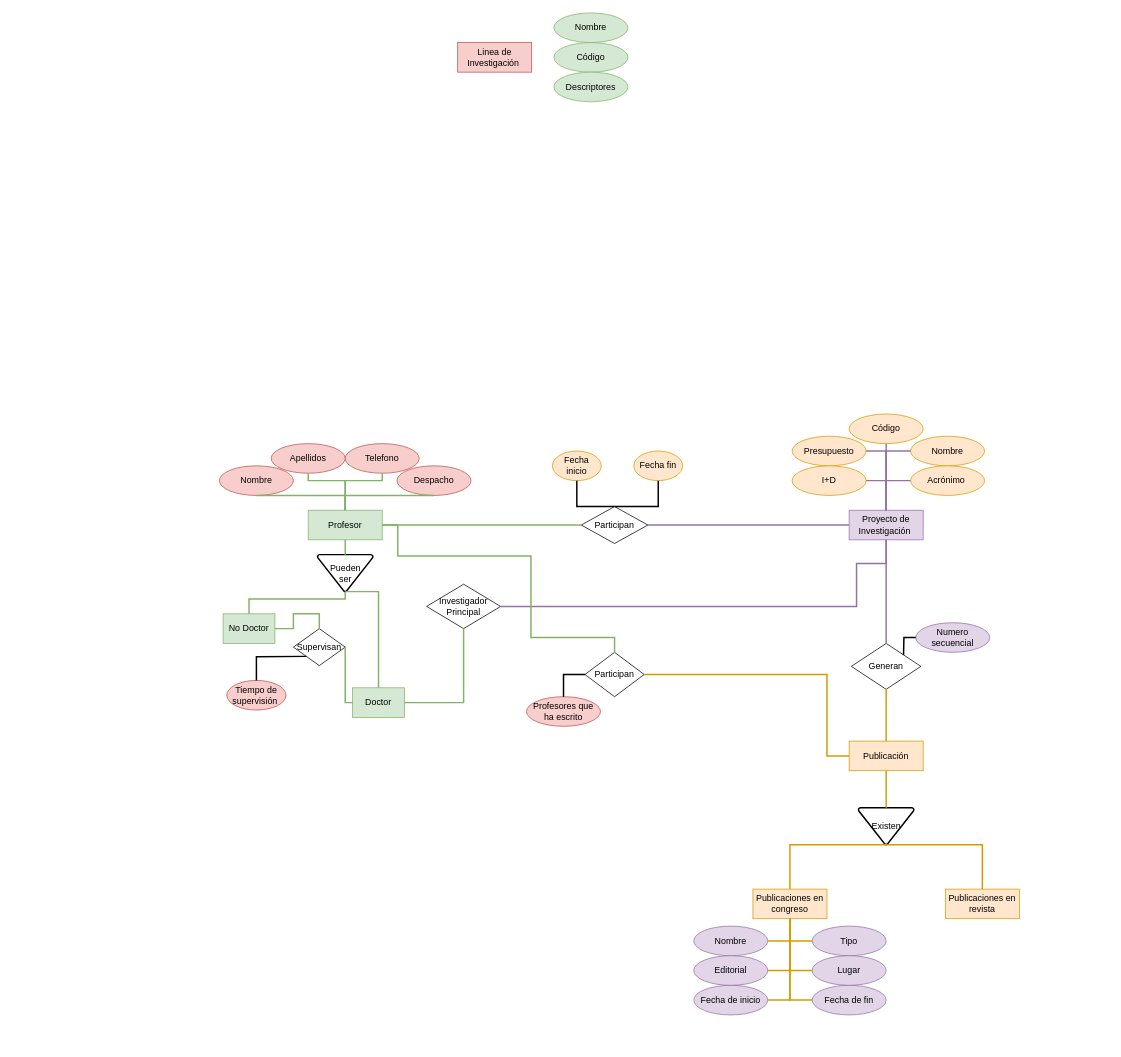
Above: P_Investigacion.drawio in SebassX69/DiagramasDB (draw.io), before the change. Source tidied: cells renumbered, new cells numbered last; positions are measured from the earlier drawing's top-left corner, leaving out a move shared by most shapes. Both pictures are drawn from the tidied source at 74%, with x=0, y=0 at pixel (219, 13).
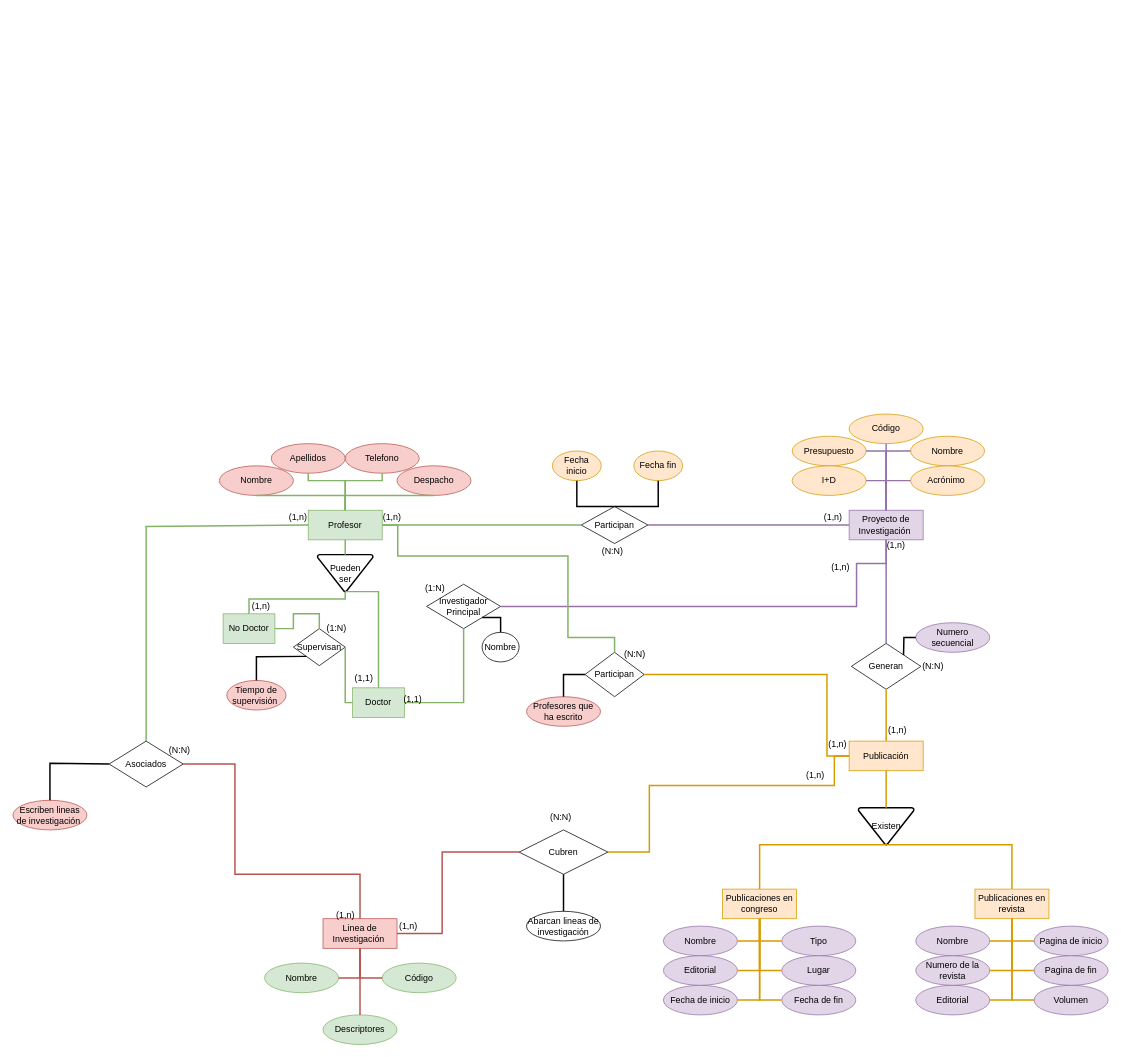
After the change.

Unchanged cells that the change refers to:
```xml
<mxCell id="2" value="Profesor" style="whiteSpace=wrap;html=1;align=center;fillColor=#d5e8d4;strokeColor=#82b366;" parent="1" vertex="1">
  <mxGeometry x="120" y="672" width="100" height="40" as="geometry" />
</mxCell>
<mxCell id="4" value="Publicación" style="whiteSpace=wrap;html=1;align=center;fillColor=#ffe6cc;strokeColor=#d79b00;" parent="1" vertex="1">
  <mxGeometry x="851" y="984" width="100" height="40" as="geometry" />
</mxCell>
<mxCell id="44" value="Investigador Principal" style="shape=rhombus;perimeter=rhombusPerimeter;whiteSpace=wrap;html=1;align=center;" parent="1" vertex="1">
  <mxGeometry x="280" y="772" width="100" height="60" as="geometry" />
</mxCell>
<mxCell id="54" value="Participan" style="shape=rhombus;perimeter=rhombusPerimeter;whiteSpace=wrap;html=1;align=center;" parent="1" vertex="1">
  <mxGeometry x="494" y="864" width="80" height="60" as="geometry" />
</mxCell>
<mxCell id="59" value="Existen" style="strokeWidth=2;html=1;shape=mxgraph.flowchart.merge_or_storage;whiteSpace=wrap;" parent="1" vertex="1">
  <mxGeometry x="863.5" y="1074" width="75" height="50" as="geometry" />
</mxCell>
```

The edit, as a diff of the source:
```diff
@@
     <mxCell id="5" value="Linea de Investigación&amp;nbsp;" style="whiteSpace=wrap;html=1;align=center;fillColor=#f8cecc;strokeColor=#b85450;" parent="1" vertex="1">
-      <mxGeometry x="322" y="40" width="100" height="40" as="geometry" />
+      <mxGeometry x="140" y="1224" width="100" height="40" as="geometry" />
     </mxCell>
@@
     <mxCell id="10" value="Código" style="ellipse;whiteSpace=wrap;html=1;align=center;fillColor=#d5e8d4;strokeColor=#82b366;" parent="1" vertex="1">
-      <mxGeometry x="452" y="40" width="100" height="40" as="geometry" />
+      <mxGeometry x="220" y="1284" width="100" height="40" as="geometry" />
     </mxCell>
     <mxCell id="11" value="Nombre" style="ellipse;whiteSpace=wrap;html=1;align=center;fillColor=#d5e8d4;strokeColor=#82b366;" parent="1" vertex="1">
-      <mxGeometry x="452" width="100" height="40" as="geometry" />
+      <mxGeometry x="61" y="1284" width="100" height="40" as="geometry" />
     </mxCell>
     <mxCell id="12" value="Descriptores" style="ellipse;whiteSpace=wrap;html=1;align=center;fillColor=#d5e8d4;strokeColor=#82b366;" parent="1" vertex="1">
-      <mxGeometry x="452" y="80" width="100" height="40" as="geometry" />
+      <mxGeometry x="140" y="1354" width="100" height="40" as="geometry" />
     </mxCell>
@@
     <mxCell id="19" value="Nombre" style="ellipse;whiteSpace=wrap;html=1;align=center;fillColor=#e1d5e7;strokeColor=#9673a6;" parent="1" vertex="1">
-      <mxGeometry x="641" y="1234" width="100" height="40" as="geometry" />
+      <mxGeometry x="600" y="1234" width="100" height="40" as="geometry" />
     </mxCell>
@@
     <mxCell id="55" style="endArrow=none;html=1;rounded=0;exitX=1;exitY=0.5;exitDx=0;exitDy=0;entryX=0.5;entryY=0;entryDx=0;entryDy=0;fillColor=#d5e8d4;strokeColor=#82b366;strokeWidth=2;" parent="1" edge="1" source="2" target="54">
       <mxGeometry relative="1" as="geometry">
         <Array as="points">
           <mxPoint x="241" y="692" />
           <mxPoint x="241" y="734" />
-          <mxPoint x="421" y="734" />
-          <mxPoint x="421" y="844" />
+          <mxPoint x="471" y="734" />
+          <mxPoint x="471" y="844" />
           <mxPoint x="534" y="844" />
         </Array>
       </mxGeometry>
     </mxCell>
@@
     <mxCell id="61" value="Publicaciones en congreso" style="whiteSpace=wrap;html=1;align=center;fillColor=#ffe6cc;strokeColor=#d79b00;" parent="1" vertex="1">
-      <mxGeometry x="721" y="1184" width="100" height="40" as="geometry" />
+      <mxGeometry x="680" y="1184" width="100" height="40" as="geometry" />
     </mxCell>
     <mxCell id="62" value="Publicaciones en revista" style="whiteSpace=wrap;html=1;align=center;fillColor=#ffe6cc;strokeColor=#d79b00;" parent="1" vertex="1">
-      <mxGeometry x="981" y="1184" width="100" height="40" as="geometry" />
+      <mxGeometry x="1021" y="1184" width="100" height="40" as="geometry" />
     </mxCell>
     <mxCell id="63" style="endArrow=none;html=1;rounded=0;exitX=0.5;exitY=0;exitDx=0;exitDy=0;entryX=0.5;entryY=1;entryDx=0;entryDy=0;fillColor=#ffe6cc;strokeColor=#d79b00;strokeWidth=2;entryPerimeter=0;" parent="1" edge="1" source="61" target="59">
       <mxGeometry relative="1" as="geometry">
         <Array as="points">
-          <mxPoint x="771" y="1124" />
+          <mxPoint x="730" y="1124" />
         </Array>
       </mxGeometry>
     </mxCell>
     <mxCell id="64" style="endArrow=none;html=1;rounded=0;exitX=0.5;exitY=1;exitDx=0;exitDy=0;entryX=0.5;entryY=0;entryDx=0;entryDy=0;fillColor=#ffe6cc;strokeColor=#d79b00;strokeWidth=2;exitPerimeter=0;" parent="1" edge="1" source="59" target="62">
       <mxGeometry relative="1" as="geometry">
         <Array as="points">
           <mxPoint x="1031" y="1124" />
+          <mxPoint x="1071" y="1124" />
         </Array>
       </mxGeometry>
     </mxCell>
     <mxCell id="65" value="Tipo" style="ellipse;whiteSpace=wrap;html=1;align=center;fillColor=#e1d5e7;strokeColor=#9673a6;" parent="1" vertex="1">
-      <mxGeometry x="801" y="1234" width="100" height="40" as="geometry" />
+      <mxGeometry x="760" y="1234" width="100" height="40" as="geometry" />
     </mxCell>
     <mxCell id="66" value="Fecha de inicio" style="ellipse;whiteSpace=wrap;html=1;align=center;fillColor=#e1d5e7;strokeColor=#9673a6;" parent="1" vertex="1">
-      <mxGeometry x="641" y="1314" width="100" height="40" as="geometry" />
+      <mxGeometry x="600" y="1314" width="100" height="40" as="geometry" />
     </mxCell>
     <mxCell id="67" value="Fecha de fin" style="ellipse;whiteSpace=wrap;html=1;align=center;fillColor=#e1d5e7;strokeColor=#9673a6;" parent="1" vertex="1">
-      <mxGeometry x="801" y="1314" width="100" height="40" as="geometry" />
+      <mxGeometry x="760" y="1314" width="100" height="40" as="geometry" />
     </mxCell>
     <mxCell id="68" value="Lugar" style="ellipse;whiteSpace=wrap;html=1;align=center;fillColor=#e1d5e7;strokeColor=#9673a6;" parent="1" vertex="1">
-      <mxGeometry x="801" y="1274" width="100" height="40" as="geometry" />
+      <mxGeometry x="760" y="1274" width="100" height="40" as="geometry" />
     </mxCell>
     <mxCell id="69" value="Editorial" style="ellipse;whiteSpace=wrap;html=1;align=center;fillColor=#e1d5e7;strokeColor=#9673a6;" parent="1" vertex="1">
-      <mxGeometry x="641" y="1274" width="100" height="40" as="geometry" />
+      <mxGeometry x="600" y="1274" width="100" height="40" as="geometry" />
     </mxCell>
     <mxCell id="70" style="endArrow=none;html=1;rounded=0;entryX=1;entryY=0.5;entryDx=0;entryDy=0;fillColor=#ffe6cc;strokeColor=#d79b00;strokeWidth=2;" parent="1" edge="1" target="19">
       <mxGeometry relative="1" as="geometry">
-        <mxPoint x="771" y="1224" as="sourcePoint" />
+        <mxPoint x="730" y="1224" as="sourcePoint" />
         <Array as="points">
-          <mxPoint x="771" y="1254" />
+          <mxPoint x="730" y="1254" />
         </Array>
       </mxGeometry>
     </mxCell>
     <mxCell id="71" style="endArrow=none;html=1;rounded=0;exitX=0;exitY=0.5;exitDx=0;exitDy=0;entryX=0.5;entryY=1;entryDx=0;entryDy=0;fillColor=#ffe6cc;strokeColor=#d79b00;strokeWidth=2;" parent="1" edge="1" source="65" target="61">
       <mxGeometry relative="1" as="geometry">
         <Array as="points">
-          <mxPoint x="771" y="1254" />
+          <mxPoint x="730" y="1254" />
         </Array>
       </mxGeometry>
     </mxCell>
     <mxCell id="72" style="endArrow=none;html=1;rounded=0;exitX=0.5;exitY=1;exitDx=0;exitDy=0;entryX=1;entryY=0.5;entryDx=0;entryDy=0;fillColor=#ffe6cc;strokeColor=#d79b00;strokeWidth=2;" parent="1" edge="1" source="61" target="66">
       <mxGeometry relative="1" as="geometry">
         <Array as="points">
-          <mxPoint x="771" y="1334" />
+          <mxPoint x="730" y="1334" />
         </Array>
       </mxGeometry>
     </mxCell>
     <mxCell id="73" style="endArrow=none;html=1;rounded=0;exitX=0.5;exitY=1;exitDx=0;exitDy=0;entryX=1;entryY=0.5;entryDx=0;entryDy=0;fillColor=#ffe6cc;strokeColor=#d79b00;strokeWidth=2;" parent="1" edge="1" source="61" target="69">
       <mxGeometry relative="1" as="geometry">
         <Array as="points">
-          <mxPoint x="771" y="1294" />
+          <mxPoint x="730" y="1294" />
         </Array>
       </mxGeometry>
     </mxCell>
     <mxCell id="74" style="endArrow=none;html=1;rounded=0;exitX=0;exitY=0.5;exitDx=0;exitDy=0;entryX=0.5;entryY=1;entryDx=0;entryDy=0;fillColor=#ffe6cc;strokeColor=#d79b00;strokeWidth=2;" parent="1" edge="1" source="68" target="61">
       <mxGeometry relative="1" as="geometry">
         <Array as="points">
-          <mxPoint x="771" y="1294" />
+          <mxPoint x="730" y="1294" />
         </Array>
       </mxGeometry>
     </mxCell>
     <mxCell id="75" style="endArrow=none;html=1;rounded=0;exitX=0;exitY=0.5;exitDx=0;exitDy=0;entryX=0.5;entryY=1;entryDx=0;entryDy=0;fillColor=#ffe6cc;strokeColor=#d79b00;strokeWidth=2;" parent="1" edge="1" source="67" target="61">
       <mxGeometry relative="1" as="geometry">
         <Array as="points">
-          <mxPoint x="771" y="1334" />
+          <mxPoint x="730" y="1334" />
         </Array>
       </mxGeometry>
     </mxCell>
+    <mxCell id="76" value="Nombre" style="ellipse;whiteSpace=wrap;html=1;align=center;fillColor=#e1d5e7;strokeColor=#9673a6;" parent="1" vertex="1">
+      <mxGeometry x="941" y="1234" width="100" height="40" as="geometry" />
+    </mxCell>
+    <mxCell id="77" value="Editorial" style="ellipse;whiteSpace=wrap;html=1;align=center;fillColor=#e1d5e7;strokeColor=#9673a6;" parent="1" vertex="1">
+      <mxGeometry x="941" y="1314" width="100" height="40" as="geometry" />
+    </mxCell>
+    <mxCell id="78" value="Volumen" style="ellipse;whiteSpace=wrap;html=1;align=center;fillColor=#e1d5e7;strokeColor=#9673a6;" parent="1" vertex="1">
+      <mxGeometry x="1101" y="1314" width="100" height="40" as="geometry" />
+    </mxCell>
+    <mxCell id="79" value="Numero de la revista" style="ellipse;whiteSpace=wrap;html=1;align=center;fillColor=#e1d5e7;strokeColor=#9673a6;" parent="1" vertex="1">
+      <mxGeometry x="941" y="1274" width="100" height="40" as="geometry" />
+    </mxCell>
+    <mxCell id="80" value="Pagina de inicio" style="ellipse;whiteSpace=wrap;html=1;align=center;fillColor=#e1d5e7;strokeColor=#9673a6;" parent="1" vertex="1">
+      <mxGeometry x="1101" y="1234" width="100" height="40" as="geometry" />
+    </mxCell>
+    <mxCell id="81" value="Pagina de fin" style="ellipse;whiteSpace=wrap;html=1;align=center;fillColor=#e1d5e7;strokeColor=#9673a6;" parent="1" vertex="1">
+      <mxGeometry x="1101" y="1274" width="100" height="40" as="geometry" />
+    </mxCell>
+    <mxCell id="82" style="endArrow=none;html=1;rounded=0;exitX=1;exitY=0.5;exitDx=0;exitDy=0;entryX=0.5;entryY=1;entryDx=0;entryDy=0;fillColor=#ffe6cc;strokeColor=#d79b00;strokeWidth=2;" parent="1" edge="1" source="76" target="62">
+      <mxGeometry relative="1" as="geometry">
+        <Array as="points">
+          <mxPoint x="1071" y="1254" />
+        </Array>
+      </mxGeometry>
+    </mxCell>
+    <mxCell id="83" style="endArrow=none;html=1;rounded=0;exitX=1;exitY=0.5;exitDx=0;exitDy=0;entryX=0.5;entryY=1;entryDx=0;entryDy=0;fillColor=#ffe6cc;strokeColor=#d79b00;strokeWidth=2;" parent="1" edge="1" source="79" target="62">
+      <mxGeometry relative="1" as="geometry">
+        <Array as="points">
+          <mxPoint x="1071" y="1294" />
+        </Array>
+      </mxGeometry>
+    </mxCell>
+    <mxCell id="84" style="endArrow=none;html=1;rounded=0;exitX=1;exitY=0.5;exitDx=0;exitDy=0;entryX=0.5;entryY=1;entryDx=0;entryDy=0;fillColor=#ffe6cc;strokeColor=#d79b00;strokeWidth=2;" parent="1" edge="1" source="77" target="62">
+      <mxGeometry relative="1" as="geometry">
+        <Array as="points">
+          <mxPoint x="1071" y="1334" />
+        </Array>
+      </mxGeometry>
+    </mxCell>
+    <mxCell id="85" style="endArrow=none;html=1;rounded=0;exitX=0;exitY=0.5;exitDx=0;exitDy=0;entryX=0.5;entryY=1;entryDx=0;entryDy=0;fillColor=#ffe6cc;strokeColor=#d79b00;strokeWidth=2;" parent="1" edge="1" source="78" target="62">
+      <mxGeometry relative="1" as="geometry">
+        <Array as="points">
+          <mxPoint x="1071" y="1334" />
+        </Array>
+      </mxGeometry>
+    </mxCell>
+    <mxCell id="86" style="endArrow=none;html=1;rounded=0;exitX=0;exitY=0.5;exitDx=0;exitDy=0;entryX=0.5;entryY=1;entryDx=0;entryDy=0;fillColor=#ffe6cc;strokeColor=#d79b00;strokeWidth=2;" parent="1" edge="1" source="81" target="62">
+      <mxGeometry relative="1" as="geometry">
+        <Array as="points">
+          <mxPoint x="1071" y="1294" />
+        </Array>
+      </mxGeometry>
+    </mxCell>
+    <mxCell id="87" style="endArrow=none;html=1;rounded=0;exitX=0;exitY=0.5;exitDx=0;exitDy=0;entryX=0.5;entryY=1;entryDx=0;entryDy=0;fillColor=#ffe6cc;strokeColor=#d79b00;strokeWidth=2;" parent="1" edge="1" source="80" target="62">
+      <mxGeometry relative="1" as="geometry">
+        <Array as="points">
+          <mxPoint x="1071" y="1254" />
+        </Array>
+      </mxGeometry>
+    </mxCell>
+    <mxCell id="88" value="Asociados" style="shape=rhombus;perimeter=rhombusPerimeter;whiteSpace=wrap;html=1;align=center;" parent="1" vertex="1">
+      <mxGeometry x="-149" y="984" width="100" height="62" as="geometry" />
+    </mxCell>
+    <mxCell id="89" style="endArrow=none;html=1;rounded=0;exitX=0;exitY=0.5;exitDx=0;exitDy=0;entryX=0.5;entryY=0;entryDx=0;entryDy=0;fillColor=#d5e8d4;strokeColor=#82b366;strokeWidth=2;" parent="1" edge="1" source="2" target="88">
+      <mxGeometry relative="1" as="geometry">
+        <Array as="points">
+          <mxPoint x="-99" y="694" />
+        </Array>
+      </mxGeometry>
+    </mxCell>
+    <mxCell id="90" style="endArrow=none;html=1;rounded=0;exitX=1;exitY=0.5;exitDx=0;exitDy=0;entryX=0.5;entryY=0;entryDx=0;entryDy=0;fillColor=#f8cecc;strokeColor=#b85450;strokeWidth=2;" parent="1" edge="1" source="88" target="5">
+      <mxGeometry relative="1" as="geometry">
+        <Array as="points">
+          <mxPoint x="21" y="1015" />
+          <mxPoint x="21" y="1164" />
+          <mxPoint x="190" y="1164" />
+        </Array>
+      </mxGeometry>
+    </mxCell>
+    <mxCell id="91" value="Escriben lineas de investigación&amp;nbsp;" style="ellipse;whiteSpace=wrap;html=1;align=center;fillColor=#f8cecc;strokeColor=#b85450;" parent="1" vertex="1">
+      <mxGeometry x="-279" y="1064" width="100" height="40" as="geometry" />
+    </mxCell>
+    <mxCell id="92" style="endArrow=none;html=1;rounded=0;exitX=0.5;exitY=0;exitDx=0;exitDy=0;entryX=0;entryY=0.5;entryDx=0;entryDy=0;strokeWidth=2;" parent="1" edge="1" source="91" target="88">
+      <mxGeometry relative="1" as="geometry">
+        <Array as="points">
+          <mxPoint x="-229" y="1014" />
+        </Array>
+      </mxGeometry>
+    </mxCell>
+    <mxCell id="93" style="endArrow=none;html=1;rounded=0;exitX=1;exitY=0.5;exitDx=0;exitDy=0;entryX=0.5;entryY=1;entryDx=0;entryDy=0;fillColor=#f8cecc;strokeColor=#b85450;strokeWidth=2;" parent="1" edge="1" source="11" target="5">
+      <mxGeometry relative="1" as="geometry">
+        <Array as="points">
+          <mxPoint x="190" y="1304" />
+        </Array>
+      </mxGeometry>
+    </mxCell>
+    <mxCell id="94" style="endArrow=none;html=1;rounded=0;exitX=0;exitY=0.5;exitDx=0;exitDy=0;fillColor=#f8cecc;strokeColor=#b85450;strokeWidth=2;entryX=0.5;entryY=1;entryDx=0;entryDy=0;" parent="1" edge="1" source="10" target="5">
+      <mxGeometry relative="1" as="geometry">
+        <Array as="points">
+          <mxPoint x="190" y="1304" />
+        </Array>
+      </mxGeometry>
+    </mxCell>
+    <mxCell id="95" style="endArrow=none;html=1;rounded=0;exitX=0.5;exitY=0;exitDx=0;exitDy=0;entryX=0.5;entryY=1;entryDx=0;entryDy=0;fillColor=#f8cecc;strokeColor=#b85450;strokeWidth=2;" parent="1" edge="1" source="12" target="5">
+      <mxGeometry relative="1" as="geometry" />
+    </mxCell>
+    <mxCell id="96" value="Cubren" style="shape=rhombus;perimeter=rhombusPerimeter;whiteSpace=wrap;html=1;align=center;" parent="1" vertex="1">
+      <mxGeometry x="405" y="1104" width="120" height="60" as="geometry" />
+    </mxCell>
+    <mxCell id="97" style="endArrow=none;html=1;rounded=0;exitX=1;exitY=0.5;exitDx=0;exitDy=0;entryX=0;entryY=0.5;entryDx=0;entryDy=0;fillColor=#f8cecc;strokeColor=#b85450;strokeWidth=2;" parent="1" edge="1" source="5" target="96">
+      <mxGeometry relative="1" as="geometry">
+        <Array as="points">
+          <mxPoint x="301" y="1244" />
+          <mxPoint x="301" y="1134" />
+        </Array>
+      </mxGeometry>
+    </mxCell>
+    <mxCell id="98" style="endArrow=none;html=1;rounded=0;exitX=1;exitY=0.5;exitDx=0;exitDy=0;entryX=0;entryY=0.5;entryDx=0;entryDy=0;fillColor=#ffe6cc;strokeColor=#d79b00;strokeWidth=2;" parent="1" edge="1" source="96" target="4">
+      <mxGeometry relative="1" as="geometry">
+        <Array as="points">
+          <mxPoint x="581" y="1134" />
+          <mxPoint x="581" y="1044" />
+          <mxPoint x="831" y="1044" />
+          <mxPoint x="831" y="1004" />
+        </Array>
+      </mxGeometry>
+    </mxCell>
+    <mxCell id="99" value="(1,n)" style="text;html=1;align=center;verticalAlign=middle;strokeColor=none;fillColor=none;" parent="1" vertex="1">
+      <mxGeometry x="207.5" y="667" width="50" height="30" as="geometry" />
+    </mxCell>
+    <mxCell id="100" value="(1,n)" style="text;html=1;align=center;verticalAlign=middle;strokeColor=none;fillColor=none;" parent="1" vertex="1">
+      <mxGeometry x="804" y="667" width="50" height="30" as="geometry" />
+    </mxCell>
+    <mxCell id="101" value="(N:N)" style="text;html=1;align=center;verticalAlign=middle;strokeColor=none;fillColor=none;" parent="1" vertex="1">
+      <mxGeometry x="506" y="712" width="50" height="30" as="geometry" />
+    </mxCell>
+    <mxCell id="102" value="(1,1)" style="text;html=1;align=center;verticalAlign=middle;strokeColor=none;fillColor=none;" parent="1" vertex="1">
+      <mxGeometry x="236" y="912" width="50" height="30" as="geometry" />
+    </mxCell>
+    <mxCell id="103" value="(1,n)" style="text;html=1;align=center;verticalAlign=middle;strokeColor=none;fillColor=none;" parent="1" vertex="1">
+      <mxGeometry x="813.5" y="734" width="50" height="30" as="geometry" />
+    </mxCell>
+    <mxCell id="104" value="(1:N)" style="text;html=1;align=center;verticalAlign=middle;strokeColor=none;fillColor=none;" parent="1" vertex="1">
+      <mxGeometry x="266" y="762" width="50" height="30" as="geometry" />
+    </mxCell>
+    <mxCell id="105" value="Nombre" style="ellipse;whiteSpace=wrap;html=1;align=center;" parent="1" vertex="1">
+      <mxGeometry x="355" y="837" width="50" height="40" as="geometry" />
+    </mxCell>
+    <mxCell id="106" style="endArrow=none;html=1;rounded=0;exitX=1;exitY=1;exitDx=0;exitDy=0;entryX=0.5;entryY=0;entryDx=0;entryDy=0;strokeWidth=2;" parent="1" edge="1" source="44" target="105">
+      <mxGeometry relative="1" as="geometry">
+        <Array as="points">
+          <mxPoint x="380" y="817" />
+        </Array>
+      </mxGeometry>
+    </mxCell>
+    <mxCell id="107" value="(1,1)" style="text;html=1;align=center;verticalAlign=middle;strokeColor=none;fillColor=none;" parent="1" vertex="1">
+      <mxGeometry x="170" y="884" width="50" height="30" as="geometry" />
+    </mxCell>
+    <mxCell id="108" value="(1,n)" style="text;html=1;align=center;verticalAlign=middle;strokeColor=none;fillColor=none;" parent="1" vertex="1">
+      <mxGeometry x="31" y="787" width="50" height="30" as="geometry" />
+    </mxCell>
+    <mxCell id="109" value="(1:N)" style="text;html=1;align=center;verticalAlign=middle;strokeColor=none;fillColor=none;" parent="1" vertex="1">
+      <mxGeometry x="132.5" y="817" width="50" height="30" as="geometry" />
+    </mxCell>
+    <mxCell id="110" value="(1,n)" style="text;html=1;align=center;verticalAlign=middle;strokeColor=none;fillColor=none;" parent="1" vertex="1">
+      <mxGeometry x="888.5" y="704" width="50" height="30" as="geometry" />
+    </mxCell>
+    <mxCell id="111" value="(1,n)" style="text;html=1;align=center;verticalAlign=middle;strokeColor=none;fillColor=none;" parent="1" vertex="1">
+      <mxGeometry x="891" y="954" width="50" height="30" as="geometry" />
+    </mxCell>
+    <mxCell id="112" value="(N:N)" style="text;html=1;align=center;verticalAlign=middle;strokeColor=none;fillColor=none;" parent="1" vertex="1">
+      <mxGeometry x="938.5" y="868" width="50" height="30" as="geometry" />
+    </mxCell>
+    <mxCell id="113" value="(1,n)" style="text;html=1;align=center;verticalAlign=middle;strokeColor=none;fillColor=none;" parent="1" vertex="1">
+      <mxGeometry x="81" y="667" width="50" height="30" as="geometry" />
+    </mxCell>
+    <mxCell id="114" value="(1,n)" style="text;html=1;align=center;verticalAlign=middle;strokeColor=none;fillColor=none;" parent="1" vertex="1">
+      <mxGeometry x="145" y="1204" width="50" height="30" as="geometry" />
+    </mxCell>
+    <mxCell id="115" value="(N:N)" style="text;html=1;align=center;verticalAlign=middle;strokeColor=none;fillColor=none;" parent="1" vertex="1">
+      <mxGeometry x="-79" y="982" width="50" height="30" as="geometry" />
+    </mxCell>
+    <mxCell id="116" value="Abarcan lineas de investigación" style="ellipse;whiteSpace=wrap;html=1;align=center;" parent="1" vertex="1">
+      <mxGeometry x="415" y="1214" width="100" height="40" as="geometry" />
+    </mxCell>
+    <mxCell id="117" style="endArrow=none;html=1;rounded=0;exitX=0.5;exitY=0;exitDx=0;exitDy=0;entryX=0.5;entryY=1;entryDx=0;entryDy=0;strokeWidth=2;" parent="1" edge="1" source="116" target="96">
+      <mxGeometry relative="1" as="geometry" />
+    </mxCell>
+    <mxCell id="118" value="(1,n)" style="text;html=1;align=center;verticalAlign=middle;strokeColor=none;fillColor=none;" parent="1" vertex="1">
+      <mxGeometry x="230" y="1219" width="50" height="30" as="geometry" />
+    </mxCell>
+    <mxCell id="119" value="(1,n)" style="text;html=1;align=center;verticalAlign=middle;strokeColor=none;fillColor=none;" parent="1" vertex="1">
+      <mxGeometry x="780" y="1016" width="50" height="30" as="geometry" />
+    </mxCell>
+    <mxCell id="120" value="(N:N)" style="text;html=1;align=center;verticalAlign=middle;strokeColor=none;fillColor=none;" parent="1" vertex="1">
+      <mxGeometry x="436" y="1072" width="50" height="30" as="geometry" />
+    </mxCell>
+    <mxCell id="121" value="(1,n)" style="text;html=1;align=center;verticalAlign=middle;strokeColor=none;fillColor=none;" parent="1" vertex="1">
+      <mxGeometry x="810" y="974" width="50" height="30" as="geometry" />
+    </mxCell>
+    <mxCell id="122" value="(N:N)" style="text;html=1;align=center;verticalAlign=middle;strokeColor=none;fillColor=none;" parent="1" vertex="1">
+      <mxGeometry x="536" y="852" width="50" height="30" as="geometry" />
+    </mxCell>
```
